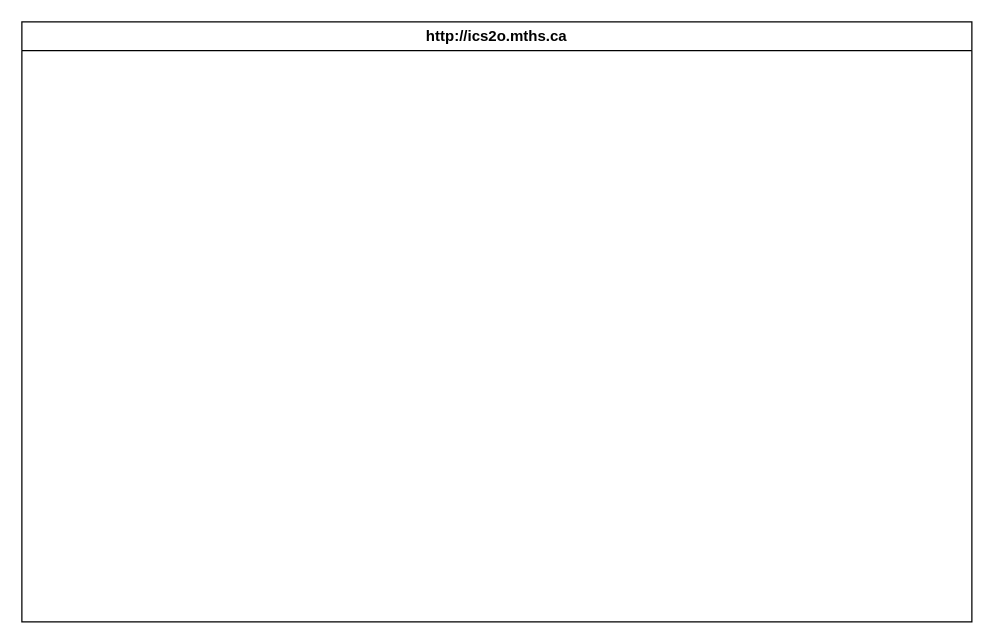
Above: design/storyboard.drawio in MTHS-ICS2O-2-2022/ICS2O-Unit-5-02-Ryan-Duffett (draw.io), before the change. Source tidied: cells renumbered, new cells numbered last; positions are measured from the earlier drawing's top-left corner, leaving out a move shared by most shapes. Both pictures are drawn from the tidied source at 125%, with x=0, y=0 at pixel (21, 21).
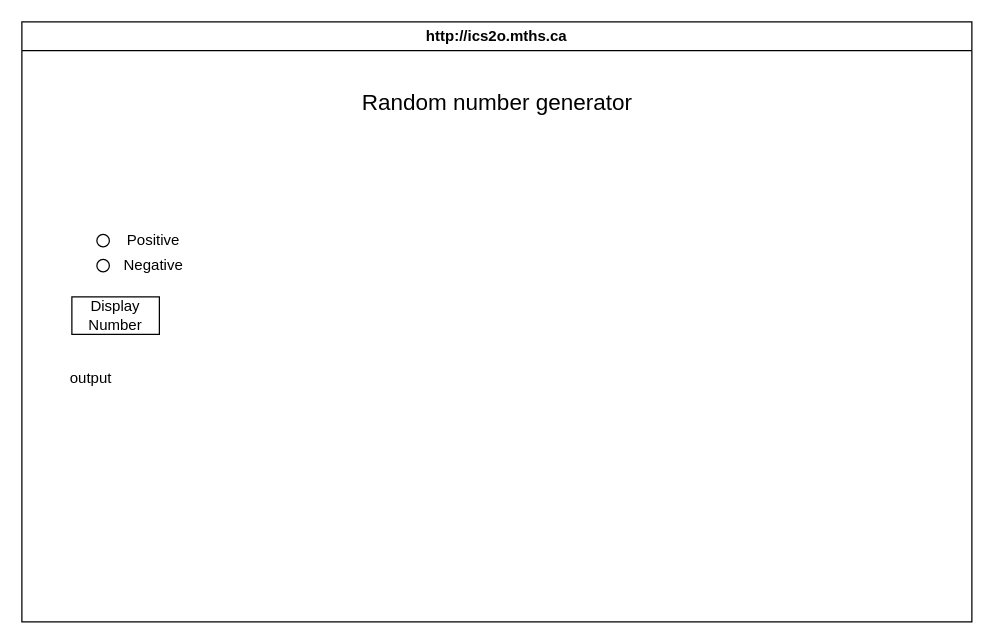
The same page after the edit.

Diff of the diagram source:
```diff
@@
 <mxGraphModel>
   <root>
     <mxCell id="0" />
     <mxCell id="1" parent="0" />
     <mxCell id="2" value="http://ics2o.mths.ca" style="swimlane;whiteSpace=wrap;html=1;" parent="1" vertex="1">
       <mxGeometry width="760" height="480" as="geometry" />
     </mxCell>
+    <mxCell id="3" value="&lt;font style=&quot;font-size: 18px;&quot;&gt;Random number generator&lt;/font&gt;" style="text;html=1;align=center;verticalAlign=middle;strokeColor=none;fillColor=none;" parent="2" vertex="1">
+      <mxGeometry x="260" y="45" width="240" height="40" as="geometry" />
+    </mxCell>
+    <mxCell id="4" style="ellipse;whiteSpace=wrap;html=1;direction=south;" parent="1" vertex="1">
+      <mxGeometry x="60" y="190" width="10" height="10" as="geometry" />
+    </mxCell>
+    <mxCell id="5" value="Negative" style="text;html=1;align=center;verticalAlign=middle;strokeColor=none;fillColor=none;" parent="1" vertex="1">
+      <mxGeometry x="70" y="180" width="70" height="30" as="geometry" />
+    </mxCell>
+    <mxCell id="6" value="Positive" style="text;html=1;align=center;verticalAlign=middle;strokeColor=none;fillColor=none;" parent="1" vertex="1">
+      <mxGeometry x="70" y="160" width="70" height="30" as="geometry" />
+    </mxCell>
+    <mxCell id="7" value="Display Number" style="whiteSpace=wrap;html=1;" parent="1" vertex="1">
+      <mxGeometry x="40" y="220" width="70" height="30" as="geometry" />
+    </mxCell>
+    <mxCell id="8" value="output" style="text;html=1;align=center;verticalAlign=middle;strokeColor=none;fillColor=none;" parent="1" vertex="1">
+      <mxGeometry x="25" y="270" width="60" height="30" as="geometry" />
+    </mxCell>
+    <mxCell id="9" style="ellipse;whiteSpace=wrap;html=1;direction=south;" parent="1" vertex="1">
+      <mxGeometry x="60" y="170" width="10" height="10" as="geometry" />
+    </mxCell>
   </root>
 </mxGraphModel>
```
